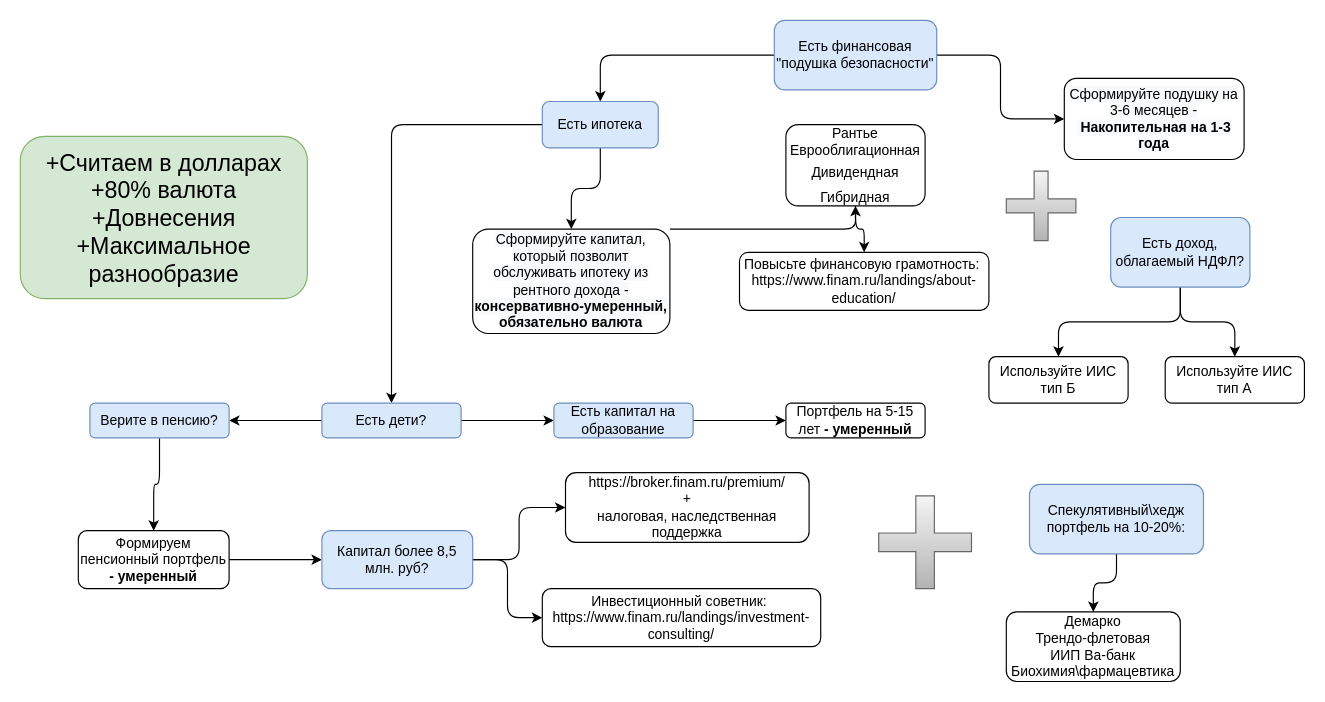
datainv/hexlet-git keeps this draw.io diagram as Untitled Diagram.drawio. Above is the earlier version. Source tidied: cells renumbered, new cells numbered last; positions are measured from the earlier drawing's top-left corner, leaving out a move shared by most shapes. Both pictures are drawn from the tidied source at 116%, with x=0, y=0 at pixel (20, 20).
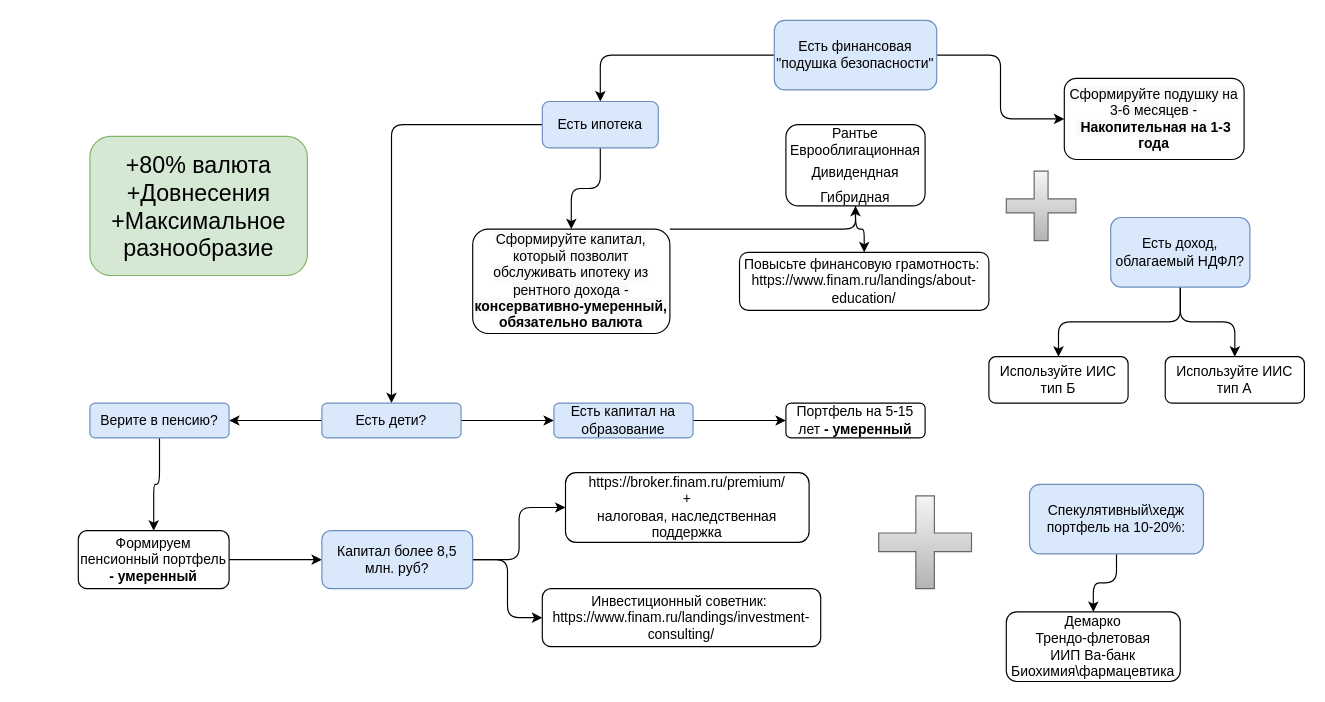
The same page after the edit.

The edit, as a diff of the source:
```diff
@@
-    <mxCell id="38" value="&lt;font style=&quot;font-size: 20px&quot;&gt;+Считаем в долларах&lt;br&gt;+80% валюта&lt;br&gt;+Довнесения&lt;br&gt;+Максимальное разнообразие&lt;/font&gt;" style="rounded=1;whiteSpace=wrap;html=1;fontSize=12;glass=0;strokeWidth=1;shadow=0;fillColor=#d5e8d4;strokeColor=#82b366;" parent="1" vertex="1">
-      <mxGeometry y="100" width="247.5" height="140" as="geometry" />
+    <mxCell id="38" value="&lt;font style=&quot;font-size: 20px&quot;&gt;+80% валюта&lt;br&gt;+Довнесения&lt;br&gt;+Максимальное разнообразие&lt;/font&gt;" style="rounded=1;whiteSpace=wrap;html=1;fontSize=12;glass=0;strokeWidth=1;shadow=0;fillColor=#d5e8d4;strokeColor=#82b366;" parent="1" vertex="1">
+      <mxGeometry x="60" y="100" width="187.5" height="120" as="geometry" />
     </mxCell>
```
